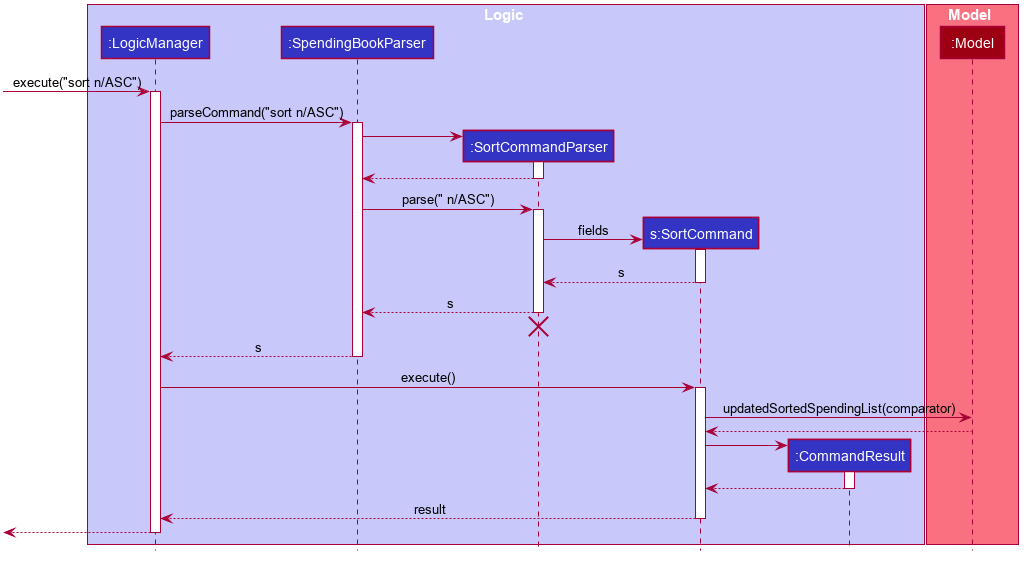
This is docs/images/SortSequenceDiagram.png from nus-cs2103-AY1920S1/addressbook-level3, a PlantUML export, as it was before one commit. Source of this version:
```plantuml
@startuml








skinparam BackgroundColor #FFFFFFF

skinparam Shadowing false

skinparam Class {
    FontColor #FFFFFF
    BorderThickness 1
    BorderColor #FFFFFF
    StereotypeFontColor #FFFFFF
    FontName Arial
}

skinparam Actor {
    BorderColor #000000
    Color #000000
    FontName Arial
}

skinparam Sequence {
    MessageAlign center
    BoxFontSize 15
    BoxPadding 0
    BoxFontColor #FFFFFF
    FontName Arial
}

skinparam Participant {
    FontColor #FFFFFFF
    Padding 20
}

skinparam MinClassWidth 50
skinparam ParticipantPadding 10
skinparam Shadowing false
skinparam DefaultTextAlignment center
skinparam packageStyle Rectangle

hide footbox
hide members
hide circle

box Logic #C8C8FA
participant ":LogicManager" as LogicManager #3333C4
participant ":SpendingBookParser" as SpendingBookParser #3333C4
participant ":SortCommandParser" as SortCommandParser #3333C4
participant "s:SortCommand" as SortCommand #3333C4
participant ":CommandResult" as CommandResult #3333C4
end box

box Model #F97181
participant ":Model" as Model #9D0012
end box

[-> LogicManager : execute("sort n/ASC")
activate LogicManager

LogicManager -> SpendingBookParser : parseCommand("sort n/ASC")
activate SpendingBookParser

create SortCommandParser
SpendingBookParser -> SortCommandParser
activate SortCommandParser

SortCommandParser --> SpendingBookParser
deactivate SortCommandParser

SpendingBookParser -> SortCommandParser : parse(" n/ASC")
activate SortCommandParser

create SortCommand
SortCommandParser -> SortCommand : fields
activate SortCommand

SortCommand --> SortCommandParser : s
deactivate SortCommand

SortCommandParser --> SpendingBookParser : s
deactivate SortCommandParser
SortCommandParser -[hidden]-> SpendingBookParser
destroy SortCommandParser

SpendingBookParser --> LogicManager : s
deactivate SpendingBookParser

LogicManager -> SortCommand : execute()
activate SortCommand

SortCommand -> Model : updatedSortedSpendingList(comparator)

Model --> SortCommand
deactivate Model

create CommandResult
SortCommand -> CommandResult
activate CommandResult

CommandResult --> SortCommand
deactivate CommandResult

SortCommand --> LogicManager : result
deactivate SortCommand

[<--LogicManager
deactivate LogicManager
@enduml
```
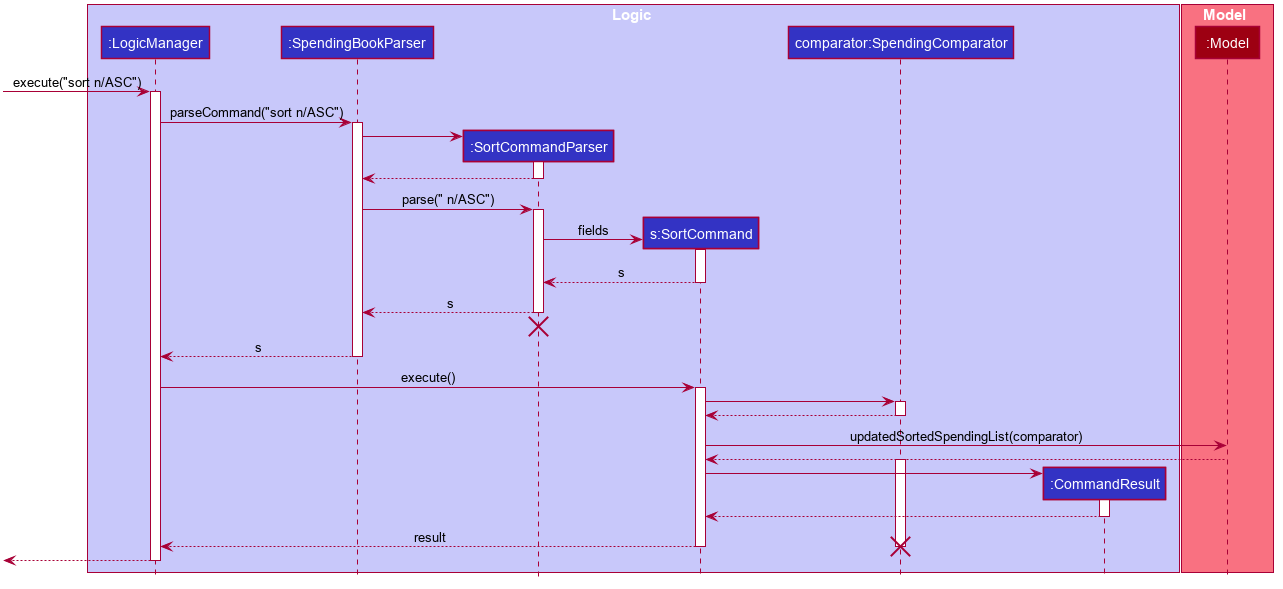
The same diagram one commit later.

Commit message:
Updated sort sequence diagram

What changed in the source:
```diff
@@ -53,6 +53,7 @@
 participant ":SpendingBookParser" as SpendingBookParser #3333C4
 participant ":SortCommandParser" as SortCommandParser #3333C4
 participant "s:SortCommand" as SortCommand #3333C4
+participant "comparator:SpendingComparator" as SpendingComparator #3333C4
 participant ":CommandResult" as CommandResult #3333C4
 end box
 
@@ -94,10 +95,18 @@
 LogicManager -> SortCommand : execute()
 activate SortCommand
 
+SortCommand -> SpendingComparator
+activate SpendingComparator
+
+SpendingComparator --> SortCommand
+deactivate SpendingComparator
+
 SortCommand -> Model : updatedSortedSpendingList(comparator)
 
 Model --> SortCommand
 deactivate Model
+
+activate SpendingComparator
 
 create CommandResult
 SortCommand -> CommandResult
@@ -109,6 +118,8 @@
 SortCommand --> LogicManager : result
 deactivate SortCommand
 
+destroy SpendingComparator
+
 [<--LogicManager
 deactivate LogicManager
 @enduml
```
